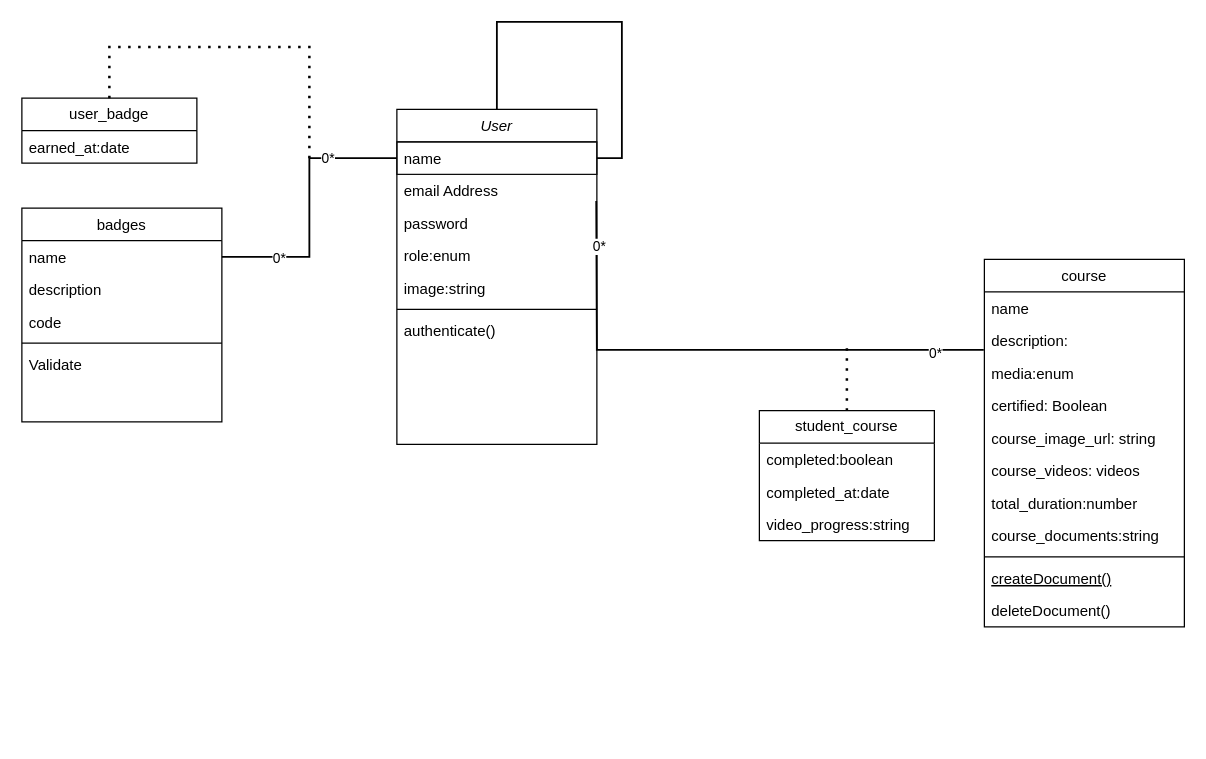
This is page "Page-1" (1 of 2) of class.drawio from OUMAIMAtakrour/LEARN_WITH_ME_SERVERSIDE, a draw.io file, before an edit. Source tidied: cells renumbered, new cells numbered last; positions are measured from the earlier drawing's top-left corner, leaving out a move shared by most shapes. Both pictures are drawn from the tidied source at 125%, with x=0, y=0 at pixel (21, 21).
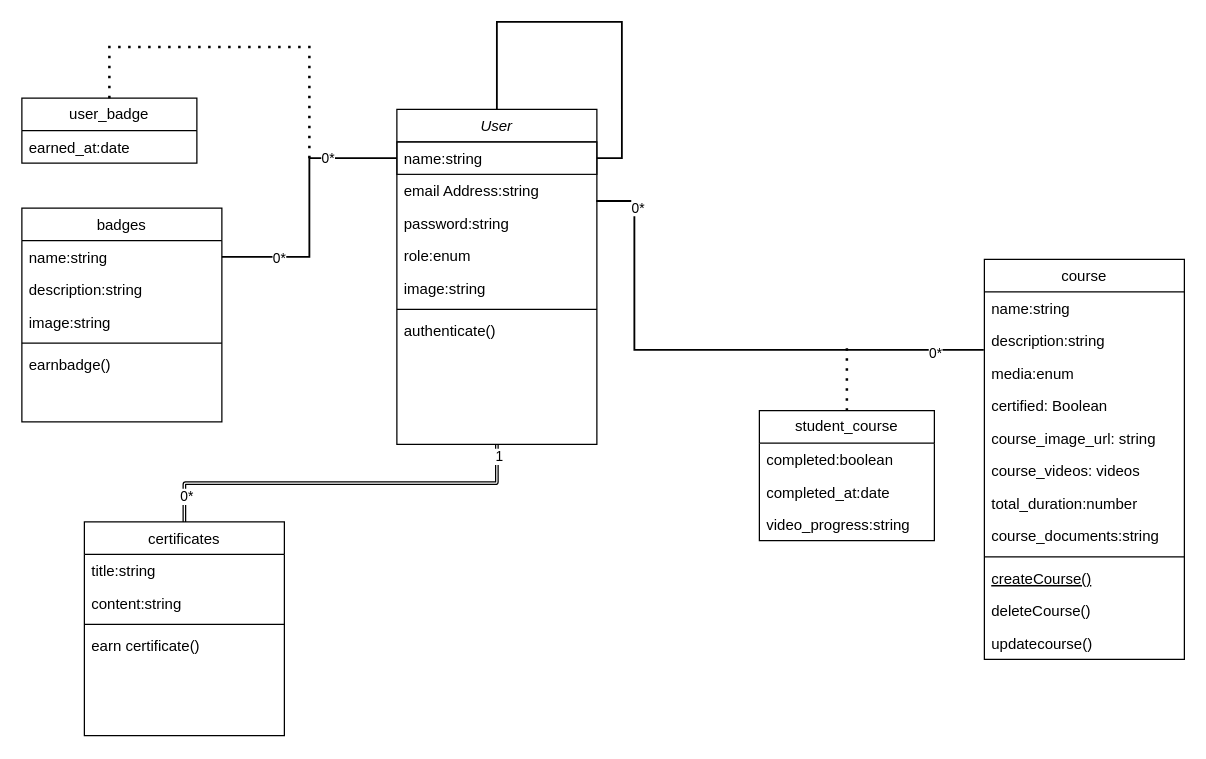
After the change.

The change refers to these unchanged cells:
```xml
<mxCell id="2" value="User" style="swimlane;fontStyle=2;align=center;verticalAlign=top;horizontal=1;startSize=26;rounded=0;shadow=0;strokeWidth=1;strokeColor=#000000;" parent="1" vertex="1">
  <mxGeometry x="300" y="70" width="160" height="268" as="geometry" />
</mxCell>
<mxCell id="23" value="badges" style="swimlane;fontStyle=0;align=center;verticalAlign=top;horizontal=1;startSize=26;rounded=0;shadow=0;strokeWidth=1;" parent="1" vertex="1">
  <mxGeometry y="149" width="160" height="171" as="geometry" />
</mxCell>
```

Diff of the diagram source:
```diff
@@
-    <mxCell id="3" value="name" style="text;align=left;verticalAlign=top;spacingLeft=4;spacingRight=4;overflow=hidden;points=[[0,0.5],[1,0.5]];portConstraint=eastwest;strokeColor=#0D0D0D;" parent="2" vertex="1">
+    <mxCell id="3" value="name:string" style="text;align=left;verticalAlign=top;spacingLeft=4;spacingRight=4;overflow=hidden;points=[[0,0.5],[1,0.5]];portConstraint=eastwest;strokeColor=#0D0D0D;" parent="2" vertex="1">
       <mxGeometry y="26" width="160" height="26" as="geometry" />
     </mxCell>
@@
-    <mxCell id="5" value="email Address" style="text;align=left;verticalAlign=top;spacingLeft=4;spacingRight=4;overflow=hidden;rounded=0;shadow=0;html=0;" parent="2" vertex="1">
+    <mxCell id="5" value="email Address:string" style="text;align=left;verticalAlign=top;spacingLeft=4;spacingRight=4;overflow=hidden;rounded=0;shadow=0;html=0;" parent="2" vertex="1">
       <mxGeometry y="52" width="160" height="26" as="geometry" />
     </mxCell>
-    <mxCell id="6" value="password" style="text;align=left;verticalAlign=top;spacingLeft=4;spacingRight=4;overflow=hidden;rounded=0;shadow=0;html=0;" parent="2" vertex="1">
+    <mxCell id="6" value="password:string" style="text;align=left;verticalAlign=top;spacingLeft=4;spacingRight=4;overflow=hidden;rounded=0;shadow=0;html=0;" parent="2" vertex="1">
       <mxGeometry y="78" width="160" height="26" as="geometry" />
     </mxCell>
@@
     <mxCell id="11" value="course" style="swimlane;fontStyle=0;align=center;verticalAlign=top;horizontal=1;startSize=26;rounded=0;shadow=0;strokeWidth=1;" parent="1" vertex="1">
-      <mxGeometry x="770" y="190" width="160" height="294" as="geometry" />
+      <mxGeometry x="770" y="190" width="160" height="320" as="geometry" />
     </mxCell>
-    <mxCell id="12" value="name" style="text;align=left;verticalAlign=top;spacingLeft=4;spacingRight=4;overflow=hidden;" parent="11" vertex="1">
+    <mxCell id="12" value="name:string" style="text;align=left;verticalAlign=top;spacingLeft=4;spacingRight=4;overflow=hidden;" parent="11" vertex="1">
       <mxGeometry y="26" width="160" height="26" as="geometry" />
     </mxCell>
-    <mxCell id="13" value="description:" style="text;align=left;verticalAlign=top;spacingLeft=4;spacingRight=4;overflow=hidden;points=[[0,0.5],[1,0.5]];portConstraint=eastwest;" parent="11" vertex="1">
+    <mxCell id="13" value="description:string" style="text;align=left;verticalAlign=top;spacingLeft=4;spacingRight=4;overflow=hidden;points=[[0,0.5],[1,0.5]];portConstraint=eastwest;" parent="11" vertex="1">
       <mxGeometry y="52" width="160" height="26" as="geometry" />
     </mxCell>
@@
-    <mxCell id="21" value="createDocument()" style="text;align=left;verticalAlign=top;spacingLeft=4;spacingRight=4;overflow=hidden;fontStyle=4;" parent="11" vertex="1">
+    <mxCell id="21" value="createCourse()" style="text;align=left;verticalAlign=top;spacingLeft=4;spacingRight=4;overflow=hidden;fontStyle=4;" parent="11" vertex="1">
       <mxGeometry y="242" width="160" height="26" as="geometry" />
     </mxCell>
-    <mxCell id="22" value="deleteDocument()" style="text;align=left;verticalAlign=top;spacingLeft=4;spacingRight=4;overflow=hidden;" parent="11" vertex="1">
+    <mxCell id="22" value="deleteCourse()" style="text;align=left;verticalAlign=top;spacingLeft=4;spacingRight=4;overflow=hidden;" parent="11" vertex="1">
       <mxGeometry y="268" width="160" height="26" as="geometry" />
     </mxCell>
+    <mxCell id="43" value="updatecourse()" style="text;align=left;verticalAlign=top;spacingLeft=4;spacingRight=4;overflow=hidden;" parent="11" vertex="1">
+      <mxGeometry y="294" width="160" height="26" as="geometry" />
+    </mxCell>
@@
-    <mxCell id="24" value="name" style="text;align=left;verticalAlign=top;spacingLeft=4;spacingRight=4;overflow=hidden;points=[[0,0.5],[1,0.5]];portConstraint=eastwest;" parent="23" vertex="1">
+    <mxCell id="24" value="name:string" style="text;align=left;verticalAlign=top;spacingLeft=4;spacingRight=4;overflow=hidden;points=[[0,0.5],[1,0.5]];portConstraint=eastwest;" parent="23" vertex="1">
       <mxGeometry y="26" width="160" height="26" as="geometry" />
     </mxCell>
-    <mxCell id="25" value="description" style="text;align=left;verticalAlign=top;spacingLeft=4;spacingRight=4;overflow=hidden;rounded=0;shadow=0;html=0;" parent="23" vertex="1">
+    <mxCell id="25" value="description:string" style="text;align=left;verticalAlign=top;spacingLeft=4;spacingRight=4;overflow=hidden;rounded=0;shadow=0;html=0;" parent="23" vertex="1">
       <mxGeometry y="52" width="160" height="26" as="geometry" />
     </mxCell>
-    <mxCell id="26" value="code" style="text;align=left;verticalAlign=top;spacingLeft=4;spacingRight=4;overflow=hidden;rounded=0;shadow=0;html=0;" parent="23" vertex="1">
+    <mxCell id="26" value="image:string" style="text;align=left;verticalAlign=top;spacingLeft=4;spacingRight=4;overflow=hidden;rounded=0;shadow=0;html=0;" parent="23" vertex="1">
       <mxGeometry y="78" width="160" height="26" as="geometry" />
     </mxCell>
@@
-    <mxCell id="28" value="Validate" style="text;align=left;verticalAlign=top;spacingLeft=4;spacingRight=4;overflow=hidden;" parent="23" vertex="1">
+    <mxCell id="28" value="earnbadge()" style="text;align=left;verticalAlign=top;spacingLeft=4;spacingRight=4;overflow=hidden;" parent="23" vertex="1">
       <mxGeometry y="112" width="160" height="26" as="geometry" />
     </mxCell>
     <mxCell id="29" style="edgeStyle=orthogonalEdgeStyle;rounded=0;jettySize=auto;html=1;entryX=-0.003;entryY=0.783;entryDx=0;entryDy=0;shape=link;width=-0.4761904761904763;exitX=0.997;exitY=0.818;exitDx=0;exitDy=0;exitPerimeter=0;entryPerimeter=0;" parent="1" edge="1" target="13">
       <mxGeometry relative="1" as="geometry">
         <mxPoint x="459.5" y="143.3" as="sourcePoint" />
+        <Array as="points">
+          <mxPoint x="490" y="143" />
+          <mxPoint x="490" y="262" />
+        </Array>
       </mxGeometry>
     </mxCell>
@@
+    <mxCell id="44" style="edgeStyle=elbowEdgeStyle;html=1;shape=link;width=2;elbow=vertical;entryX=0.5;entryY=1;entryDx=0;entryDy=0;exitX=0.5;exitY=0;exitDx=0;exitDy=0;" parent="1" edge="1" source="47" target="2">
+      <mxGeometry relative="1" as="geometry" />
+    </mxCell>
+    <mxCell id="45" value="0*" style="edgeLabel;html=1;align=center;verticalAlign=middle;" parent="44" vertex="1">
+      <mxGeometry x="-0.95" y="-1" relative="1" as="geometry">
+        <mxPoint y="-13" as="offset" />
+      </mxGeometry>
+    </mxCell>
+    <mxCell id="46" value="1" style="edgeLabel;html=1;align=center;verticalAlign=middle;" parent="44" vertex="1">
+      <mxGeometry x="0.94" y="-1" relative="1" as="geometry" />
+    </mxCell>
+    <mxCell id="47" value="certificates" style="swimlane;fontStyle=0;align=center;verticalAlign=top;horizontal=1;startSize=26;rounded=0;shadow=0;strokeWidth=1;" parent="1" vertex="1">
+      <mxGeometry x="50" y="400" width="160" height="171" as="geometry" />
+    </mxCell>
+    <mxCell id="48" value="title:string" style="text;align=left;verticalAlign=top;spacingLeft=4;spacingRight=4;overflow=hidden;" parent="47" vertex="1">
+      <mxGeometry y="26" width="160" height="26" as="geometry" />
+    </mxCell>
+    <mxCell id="49" value="content:string" style="text;align=left;verticalAlign=top;spacingLeft=4;spacingRight=4;overflow=hidden;rounded=0;shadow=0;html=0;" parent="47" vertex="1">
+      <mxGeometry y="52" width="160" height="26" as="geometry" />
+    </mxCell>
+    <mxCell id="50" style="line;html=1;strokeWidth=1;align=left;verticalAlign=middle;spacingTop=-1;spacingLeft=3;spacingRight=3;labelPosition=right;" parent="47" vertex="1">
+      <mxGeometry y="78" width="160" height="8" as="geometry" />
+    </mxCell>
+    <mxCell id="51" value="earn certificate()" style="text;align=left;verticalAlign=top;spacingLeft=4;spacingRight=4;overflow=hidden;" parent="47" vertex="1">
+      <mxGeometry y="86" width="160" height="26" as="geometry" />
+    </mxCell>
```
